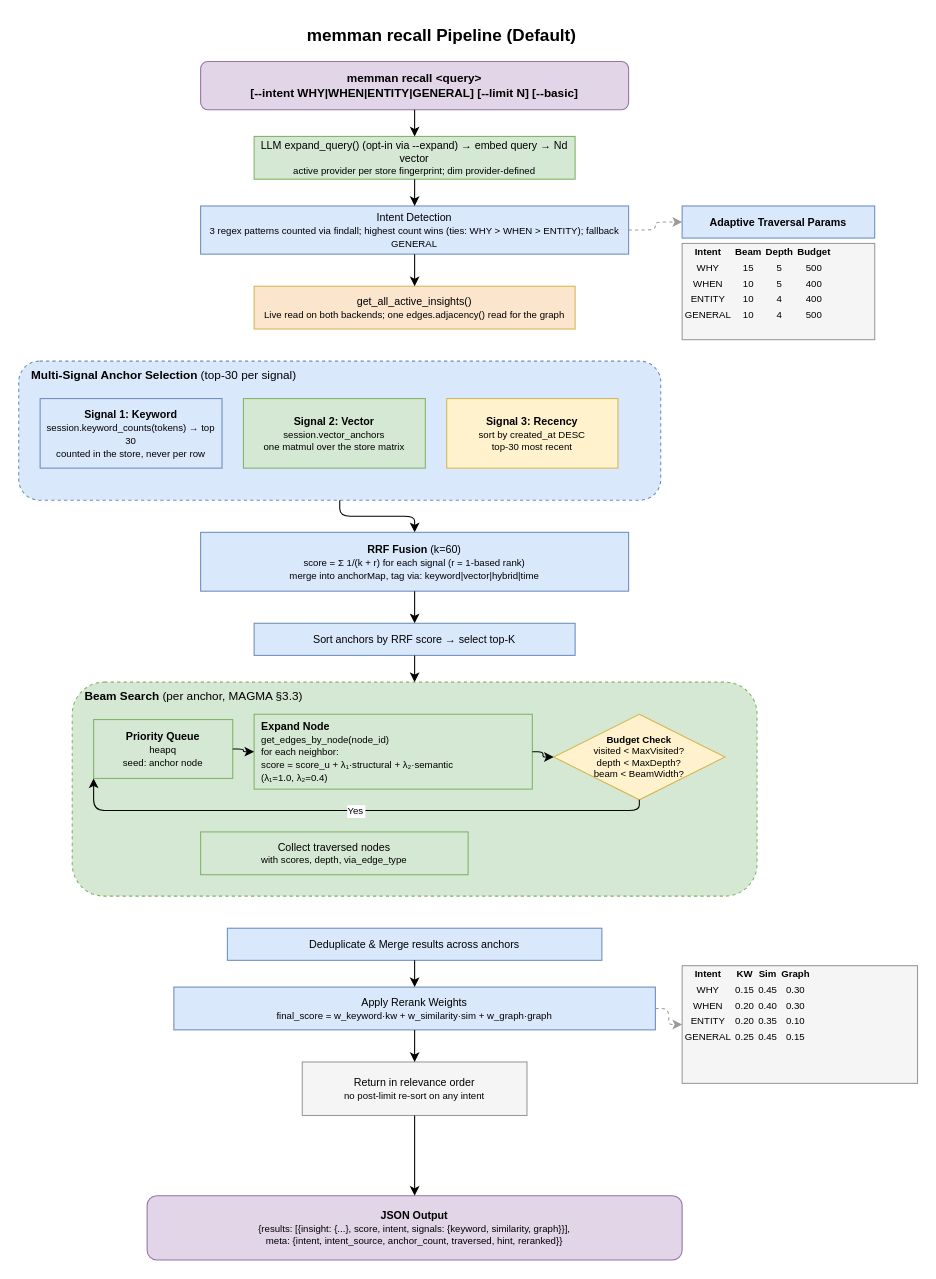
bissli/memman keeps this draw.io diagram as docs/diagrams/03-smart-recall-pipeline.drawio. Above is the earlier version. Source tidied: cells renumbered, new cells numbered last; positions are measured from the earlier drawing's top-left corner, leaving out a move shared by most shapes. Both pictures are drawn from the tidied source at 107%, with x=0, y=0 at pixel (18, 18).
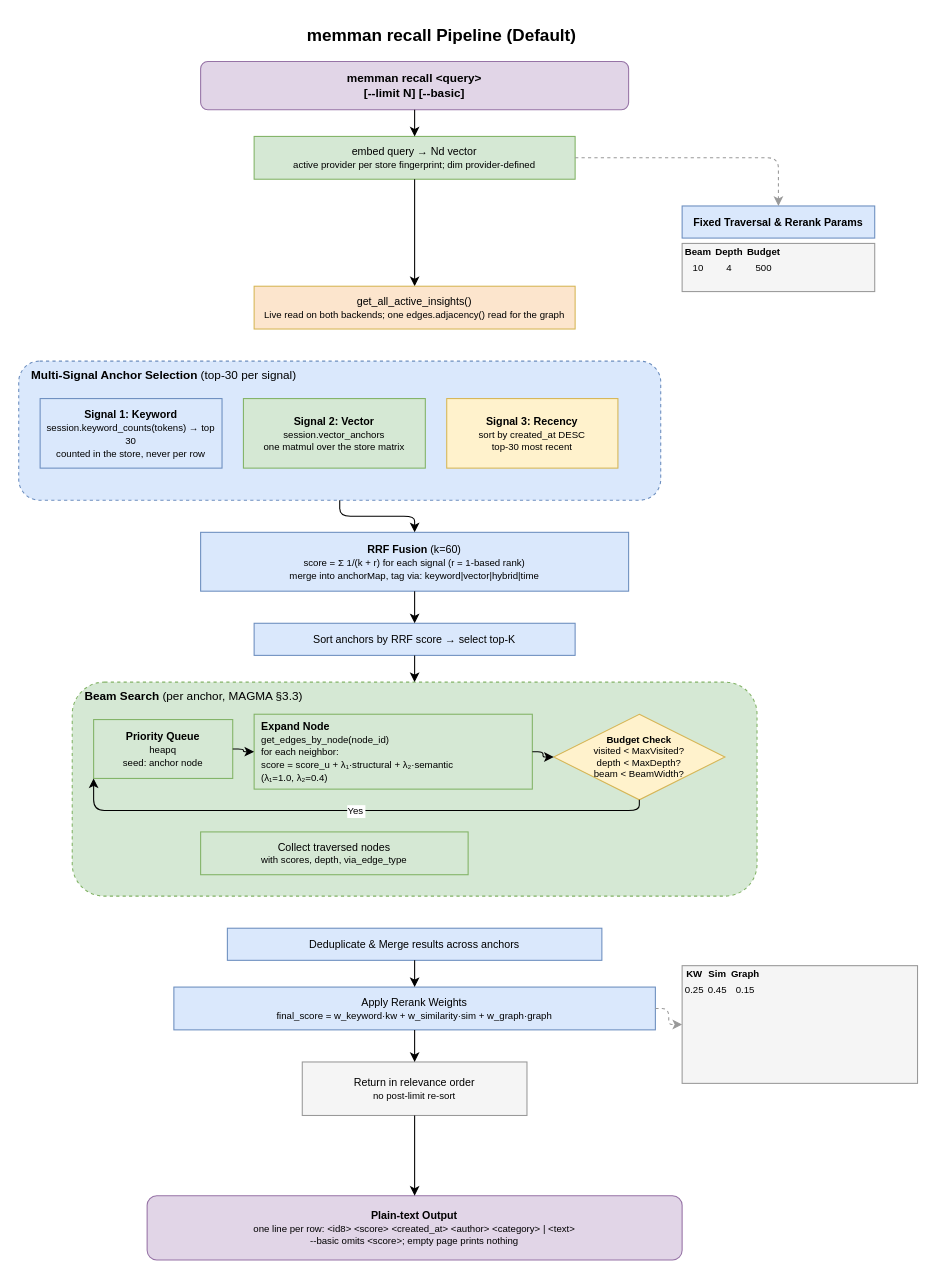
The same diagram, later.

The change refers to these unchanged cells:
```xml
<mxCell id="11" value="get_all_active_insights()&lt;br&gt;&lt;font style=&quot;font-size:9px&quot;&gt;Live read on both backends; one edges.adjacency() read for the graph&lt;/font&gt;" style="rounded=0;whiteSpace=wrap;html=1;fillColor=#fce5cd;strokeColor=#d6b656;fontSize=10;" parent="1" vertex="1">
  <mxGeometry x="220" y="250" width="300" height="40" as="geometry" />
</mxCell>
```

Change to the diagram source:
```diff
@@
-    <mxCell id="3" value="memman recall &amp;lt;query&amp;gt;&lt;br&gt;[--intent WHY|WHEN|ENTITY|GENERAL] [--limit N] [--basic]" style="rounded=1;whiteSpace=wrap;html=1;fillColor=#e1d5e7;strokeColor=#9673a6;fontSize=11;fontStyle=1;" parent="1" vertex="1">
+    <mxCell id="3" value="memman recall &amp;lt;query&amp;gt;&lt;br&gt;[--limit N] [--basic]" style="rounded=1;whiteSpace=wrap;html=1;fillColor=#e1d5e7;strokeColor=#9673a6;fontSize=11;fontStyle=1;" parent="1" vertex="1">
       <mxGeometry x="170" y="40" width="400" height="45" as="geometry" />
     </mxCell>
-    <mxCell id="4" value="LLM expand_query() (opt-in via --expand) → embed query → Nd vector&lt;br&gt;&lt;font style=&quot;font-size:9px&quot;&gt;active provider per store fingerprint; dim provider-defined&lt;/font&gt;" style="rounded=0;whiteSpace=wrap;html=1;fillColor=#d5e8d4;strokeColor=#82b366;fontSize=10;" parent="1" vertex="1">
+    <mxCell id="4" value="embed query → Nd vector&lt;br&gt;&lt;font style=&quot;font-size:9px&quot;&gt;active provider per store fingerprint; dim provider-defined&lt;/font&gt;" style="rounded=0;whiteSpace=wrap;html=1;fillColor=#d5e8d4;strokeColor=#82b366;fontSize=10;" parent="1" vertex="1">
       <mxGeometry x="220" y="110" width="300" height="40" as="geometry" />
     </mxCell>
@@
-    <mxCell id="6" value="Intent Detection&lt;br&gt;&lt;font style=&quot;font-size:9px&quot;&gt;3 regex patterns counted via findall; highest count wins (ties: WHY &gt; WHEN &gt; ENTITY); fallback GENERAL&lt;/font&gt;" style="rounded=0;whiteSpace=wrap;html=1;fillColor=#dae8fc;strokeColor=#6c8ebf;fontSize=10;" parent="1" vertex="1">
-      <mxGeometry x="170" y="175" width="400" height="45" as="geometry" />
-    </mxCell>
-    <mxCell id="7" style="edgeStyle=orthogonalEdgeStyle;rounded=1;" parent="1" edge="1" source="4" target="6">
+    <mxCell id="7" style="edgeStyle=orthogonalEdgeStyle;rounded=1;" parent="1" edge="1" source="4" target="11">
       <mxGeometry relative="1" as="geometry" />
     </mxCell>
-    <mxCell id="8" value="Adaptive Traversal Params" style="rounded=0;whiteSpace=wrap;html=1;fillColor=#dae8fc;strokeColor=#6c8ebf;fontSize=10;fontStyle=1;" parent="1" vertex="1">
+    <mxCell id="8" value="Fixed Traversal &amp; Rerank Params" style="rounded=0;whiteSpace=wrap;html=1;fillColor=#dae8fc;strokeColor=#6c8ebf;fontSize=10;fontStyle=1;" parent="1" vertex="1">
       <mxGeometry x="620" y="175" width="180" height="30" as="geometry" />
     </mxCell>
-    <mxCell id="9" value="&lt;table style=&quot;font-size:9px;&quot;&gt;&lt;tr&gt;&lt;th&gt;Intent&lt;/th&gt;&lt;th&gt;Beam&lt;/th&gt;&lt;th&gt;Depth&lt;/th&gt;&lt;th&gt;Budget&lt;/th&gt;&lt;/tr&gt;&lt;tr&gt;&lt;td&gt;WHY&lt;/td&gt;&lt;td&gt;15&lt;/td&gt;&lt;td&gt;5&lt;/td&gt;&lt;td&gt;500&lt;/td&gt;&lt;/tr&gt;&lt;tr&gt;&lt;td&gt;WHEN&lt;/td&gt;&lt;td&gt;10&lt;/td&gt;&lt;td&gt;5&lt;/td&gt;&lt;td&gt;400&lt;/td&gt;&lt;/tr&gt;&lt;tr&gt;&lt;td&gt;ENTITY&lt;/td&gt;&lt;td&gt;10&lt;/td&gt;&lt;td&gt;4&lt;/td&gt;&lt;td&gt;400&lt;/td&gt;&lt;/tr&gt;&lt;tr&gt;&lt;td&gt;GENERAL&lt;/td&gt;&lt;td&gt;10&lt;/td&gt;&lt;td&gt;4&lt;/td&gt;&lt;td&gt;500&lt;/td&gt;&lt;/tr&gt;&lt;/table&gt;" style="rounded=0;whiteSpace=wrap;html=1;fillColor=#f5f5f5;strokeColor=#999999;overflow=fill;" parent="1" vertex="1">
-      <mxGeometry x="620" y="210" width="180" height="90" as="geometry" />
+    <mxCell id="9" value="&lt;table style=&quot;font-size:9px;&quot;&gt;&lt;tr&gt;&lt;th&gt;Beam&lt;/th&gt;&lt;th&gt;Depth&lt;/th&gt;&lt;th&gt;Budget&lt;/th&gt;&lt;/tr&gt;&lt;tr&gt;&lt;td&gt;10&lt;/td&gt;&lt;td&gt;4&lt;/td&gt;&lt;td&gt;500&lt;/td&gt;&lt;/tr&gt;&lt;/table&gt;" style="rounded=0;whiteSpace=wrap;html=1;fillColor=#f5f5f5;strokeColor=#999999;overflow=fill;" parent="1" vertex="1">
+      <mxGeometry x="620" y="210" width="180" height="45" as="geometry" />
     </mxCell>
-    <mxCell id="10" style="edgeStyle=orthogonalEdgeStyle;rounded=1;dashed=1;strokeColor=#999999;" parent="1" edge="1" source="6" target="8">
+    <mxCell id="10" style="edgeStyle=orthogonalEdgeStyle;rounded=1;dashed=1;strokeColor=#999999;" parent="1" edge="1" source="4" target="8">
       <mxGeometry relative="1" as="geometry" />
     </mxCell>
@@
-    <mxCell id="12" style="edgeStyle=orthogonalEdgeStyle;rounded=1;" parent="1" edge="1" source="6" target="11">
-      <mxGeometry relative="1" as="geometry" />
-    </mxCell>
@@
-    <mxCell id="33" value="&lt;table style=&quot;font-size:9px;&quot;&gt;&lt;tr&gt;&lt;th&gt;Intent&lt;/th&gt;&lt;th&gt;KW&lt;/th&gt;&lt;th&gt;Sim&lt;/th&gt;&lt;th&gt;Graph&lt;/th&gt;&lt;/tr&gt;&lt;tr&gt;&lt;td&gt;WHY&lt;/td&gt;&lt;td&gt;0.15&lt;/td&gt;&lt;td&gt;0.45&lt;/td&gt;&lt;td&gt;0.30&lt;/td&gt;&lt;/tr&gt;&lt;tr&gt;&lt;td&gt;WHEN&lt;/td&gt;&lt;td&gt;0.20&lt;/td&gt;&lt;td&gt;0.40&lt;/td&gt;&lt;td&gt;0.30&lt;/td&gt;&lt;/tr&gt;&lt;tr&gt;&lt;td&gt;ENTITY&lt;/td&gt;&lt;td&gt;0.20&lt;/td&gt;&lt;td&gt;0.35&lt;/td&gt;&lt;td&gt;0.10&lt;/td&gt;&lt;/tr&gt;&lt;tr&gt;&lt;td&gt;GENERAL&lt;/td&gt;&lt;td&gt;0.25&lt;/td&gt;&lt;td&gt;0.45&lt;/td&gt;&lt;td&gt;0.15&lt;/td&gt;&lt;/tr&gt;&lt;/table&gt;" style="rounded=0;whiteSpace=wrap;html=1;fillColor=#f5f5f5;strokeColor=#999999;overflow=fill;" parent="1" vertex="1">
+    <mxCell id="33" value="&lt;table style=&quot;font-size:9px;&quot;&gt;&lt;tr&gt;&lt;th&gt;KW&lt;/th&gt;&lt;th&gt;Sim&lt;/th&gt;&lt;th&gt;Graph&lt;/th&gt;&lt;/tr&gt;&lt;tr&gt;&lt;td&gt;0.25&lt;/td&gt;&lt;td&gt;0.45&lt;/td&gt;&lt;td&gt;0.15&lt;/td&gt;&lt;/tr&gt;&lt;/table&gt;" style="rounded=0;whiteSpace=wrap;html=1;fillColor=#f5f5f5;strokeColor=#999999;overflow=fill;" parent="1" vertex="1">
       <mxGeometry x="620" y="885" width="220" height="110" as="geometry" />
     </mxCell>
@@
-    <mxCell id="35" value="Return in relevance order&lt;br&gt;&lt;font style=&quot;font-size:9px&quot;&gt;no post-limit re-sort on any intent&lt;/font&gt;" style="rounded=0;whiteSpace=wrap;html=1;fillColor=#f5f5f5;strokeColor=#999999;fontSize=10;" parent="1" vertex="1">
+    <mxCell id="35" value="Return in relevance order&lt;br&gt;&lt;font style=&quot;font-size:9px&quot;&gt;no post-limit re-sort&lt;/font&gt;" style="rounded=0;whiteSpace=wrap;html=1;fillColor=#f5f5f5;strokeColor=#999999;fontSize=10;" parent="1" vertex="1">
       <mxGeometry x="265" y="975" width="210" height="50" as="geometry" />
     </mxCell>
-    <mxCell id="36" value="&lt;b&gt;JSON Output&lt;/b&gt;&lt;br&gt;&lt;font style=&quot;font-size:9px&quot;&gt;{results: [{insight: {...}, score, intent, signals: {keyword, similarity, graph}}],&lt;br&gt; meta: {intent, intent_source, anchor_count, traversed, hint, reranked}}&lt;/font&gt;" style="rounded=1;whiteSpace=wrap;html=1;fillColor=#e1d5e7;strokeColor=#9673a6;fontSize=10;" parent="1" vertex="1">
+    <mxCell id="36" value="&lt;b&gt;Plain-text Output&lt;/b&gt;&lt;br&gt;&lt;font style=&quot;font-size:9px&quot;&gt;one line per row: &amp;lt;id8&amp;gt; &amp;lt;score&amp;gt; &amp;lt;created_at&amp;gt; &amp;lt;author&amp;gt; &amp;lt;category&amp;gt; | &amp;lt;text&amp;gt;&lt;br&gt;--basic omits &amp;lt;score&amp;gt;; empty page prints nothing&lt;/font&gt;" style="rounded=1;whiteSpace=wrap;html=1;fillColor=#e1d5e7;strokeColor=#9673a6;fontSize=10;" parent="1" vertex="1">
       <mxGeometry x="120" y="1100" width="500" height="60" as="geometry" />
     </mxCell>
```
